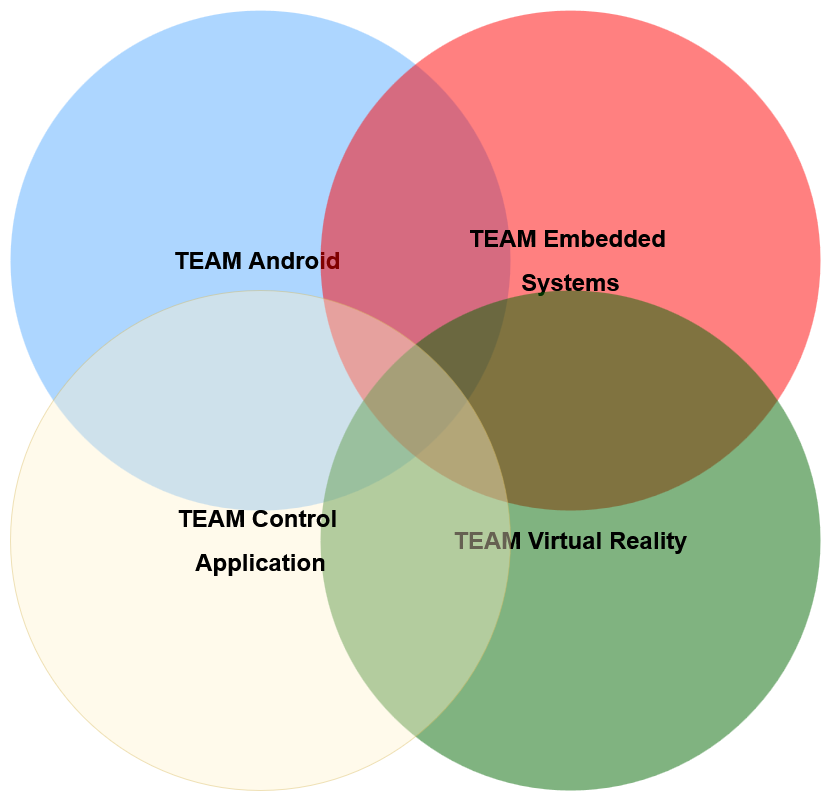
This is HS Esslingen/QuadrocopterTeam.drawio.png from parabola-x2/drawings, a draw.io export, as it was before one commit. Source tidied: cells renumbered, new cells last; positions are measured from the earlier drawing's top-left corner, leaving out a move shared by most shapes. Source of this version:
```xml
<mxGraphModel>
  <root>
    <mxCell id="0" />
    <mxCell id="1" parent="0" />
    <mxCell id="2" value="&lt;h1&gt;TEAM Android&amp;nbsp;&lt;/h1&gt;" style="ellipse;fillColor=#3399FF;opacity=40;strokeColor=none;html=1;" parent="1" vertex="1">
      <mxGeometry width="500" height="500" as="geometry" />
    </mxCell>
    <mxCell id="3" value="&lt;h1&gt;TEAM Embedded&amp;nbsp;&lt;/h1&gt;&lt;h1&gt;Systems&lt;/h1&gt;" style="ellipse;fillColor=#FF0000;opacity=50;strokeColor=none;html=1;" parent="1" vertex="1">
      <mxGeometry x="310" width="500" height="500" as="geometry" />
    </mxCell>
    <mxCell id="4" value="&lt;h1&gt;TEAM Virtual Reality&lt;/h1&gt;" style="ellipse;fillColor=#006600;opacity=50;strokeColor=none;html=1;" parent="1" vertex="1">
      <mxGeometry x="310" y="280" width="500" height="500" as="geometry" />
    </mxCell>
    <mxCell id="5" value="&lt;h1&gt;TEAM Control&amp;nbsp;&lt;/h1&gt;&lt;h1&gt;Application&lt;/h1&gt;" style="ellipse;fillColor=#fff2cc;opacity=40;strokeColor=#d6b656;html=1;direction=south;" parent="1" vertex="1">
      <mxGeometry y="280" width="500" height="500" as="geometry" />
    </mxCell>
  </root>
</mxGraphModel>
```
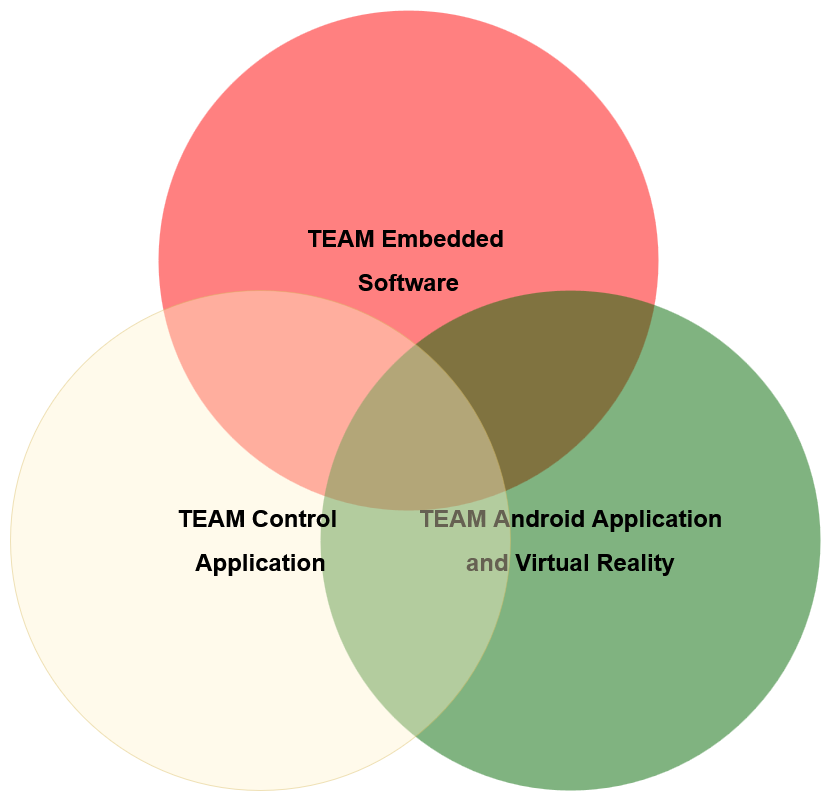
After the change.

Diff of the diagram source:
```diff
@@ -2,15 +2,12 @@
   <root>
     <mxCell id="0" />
     <mxCell id="1" parent="0" />
-    <mxCell id="2" value="&lt;h1&gt;TEAM Android&amp;nbsp;&lt;/h1&gt;" style="ellipse;fillColor=#3399FF;opacity=40;strokeColor=none;html=1;" parent="1" vertex="1">
-      <mxGeometry width="500" height="500" as="geometry" />
-    </mxCell>
-    <mxCell id="3" value="&lt;h1&gt;TEAM Embedded&amp;nbsp;&lt;/h1&gt;&lt;h1&gt;Systems&lt;/h1&gt;" style="ellipse;fillColor=#FF0000;opacity=50;strokeColor=none;html=1;" parent="1" vertex="1">
-      <mxGeometry x="310" width="500" height="500" as="geometry" />
-    </mxCell>
-    <mxCell id="4" value="&lt;h1&gt;TEAM Virtual Reality&lt;/h1&gt;" style="ellipse;fillColor=#006600;opacity=50;strokeColor=none;html=1;" parent="1" vertex="1">
-      <mxGeometry x="310" y="280" width="500" height="500" as="geometry" />
-    </mxCell>
+    <mxCell id="6" value="&lt;h1&gt;TEAM Embedded&amp;nbsp;&lt;/h1&gt;&lt;h1&gt;Software&lt;/h1&gt;" style="ellipse;fillColor=#FF0000;opacity=50;strokeColor=none;html=1;" parent="1" vertex="1">
+      <mxGeometry x="148" width="500" height="500" as="geometry" />
+    </mxCell>
+    <mxCell id="7" value="&lt;h1&gt;TEAM Android Application&lt;/h1&gt;&lt;h1&gt;and Virtual Reality&lt;/h1&gt;" style="ellipse;fillColor=#006600;opacity=50;strokeColor=none;html=1;" parent="1" vertex="1">
+      <mxGeometry x="310" y="280" width="500" height="500" as="geometry" />
+    </mxCell>
     <mxCell id="5" value="&lt;h1&gt;TEAM Control&amp;nbsp;&lt;/h1&gt;&lt;h1&gt;Application&lt;/h1&gt;" style="ellipse;fillColor=#fff2cc;opacity=40;strokeColor=#d6b656;html=1;direction=south;" parent="1" vertex="1">
       <mxGeometry y="280" width="500" height="500" as="geometry" />
     </mxCell>
```
